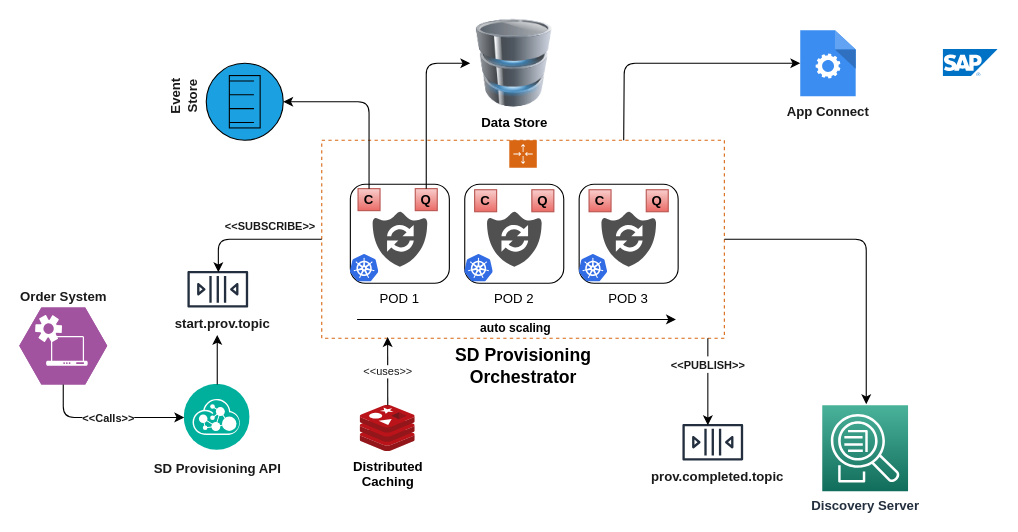
The draw.io diagram Untitled Diagram.drawio in srinivaspuranamhyd/arc-diagrams, before the edit. Source tidied: cells renumbered, new cells numbered last; positions are measured from the earlier drawing's top-left corner, leaving out a move shared by most shapes. Both pictures are drawn from the tidied source at 110%, with x=0, y=0 at pixel (19, 19).
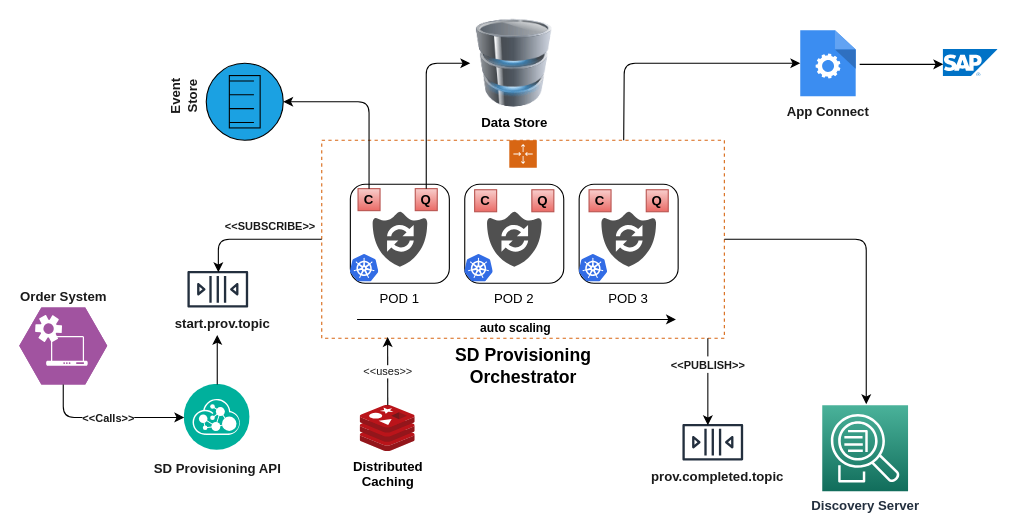
After the change.

Unchanged cells that the change refers to:
```xml
<mxCell id="44" style="html=1;points=[];align=center;image;fontSize=12;image=img/lib/mscae/SAP_HANA_on_Azure.svg;strokeColor=#000000;" parent="1" vertex="1">
  <mxGeometry x="840" y="27.5" width="50" height="25" as="geometry" />
</mxCell>
```

Change to the diagram source:
```diff
@@
+    <mxCell id="47" style="endArrow=classic;html=1;fontSize=12;fontColor=#1A1A1A;entryX=0;entryY=0.54;entryDx=0;entryDy=0;entryPerimeter=0;" parent="1" edge="1" target="44">
+      <mxGeometry relative="1" as="geometry">
+        <mxPoint x="764" y="41" as="sourcePoint" />
+      </mxGeometry>
+    </mxCell>
```
